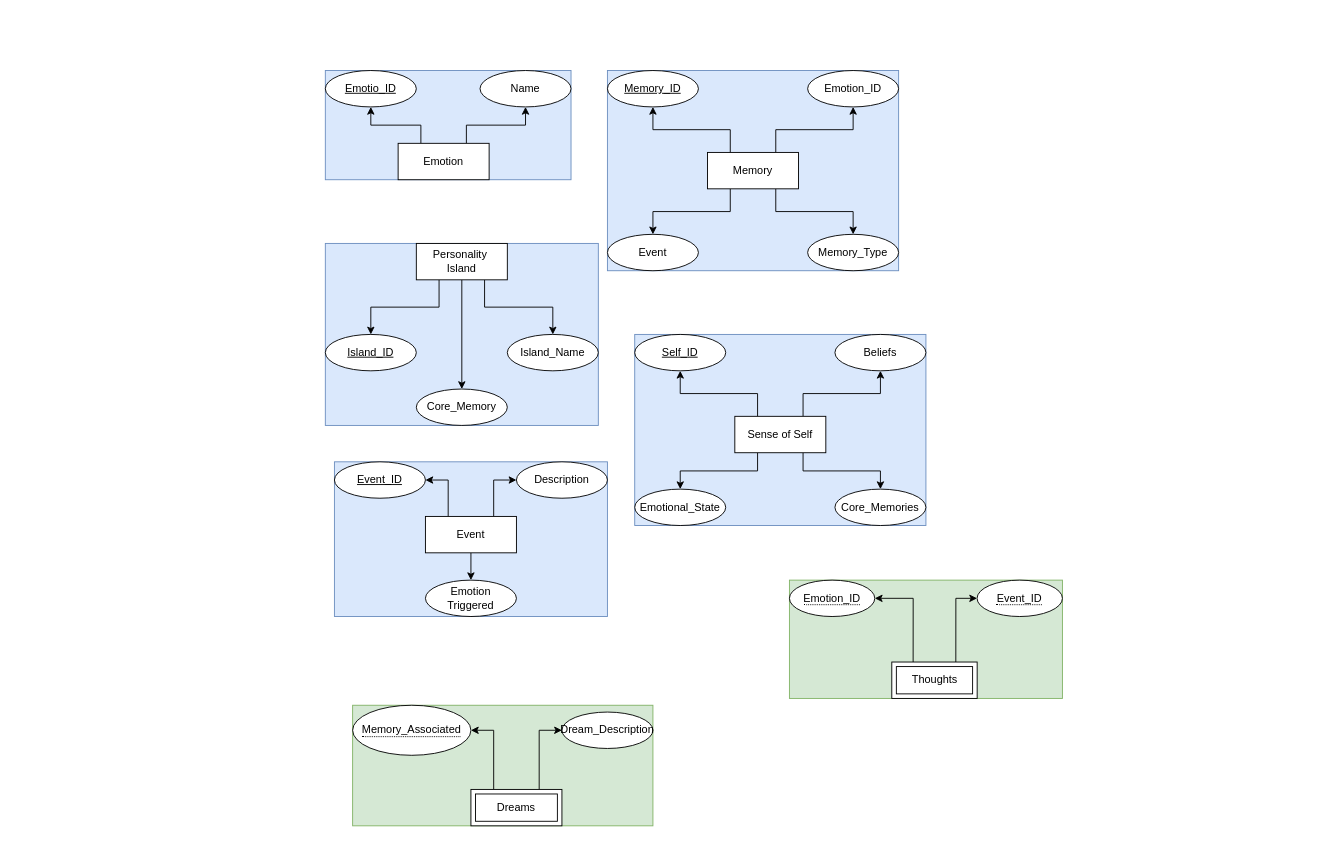
AnshAcharya/REPO_WITH_CLI keeps this draw.io diagram as Untitled Diagram.drawio. Above is the earlier version. Source tidied: cells renumbered, new cells numbered last; positions are measured from the earlier drawing's top-left corner, leaving out a move shared by most shapes. Both pictures are drawn from the tidied source at 91%, with x=0, y=0 at pixel (325, 70).
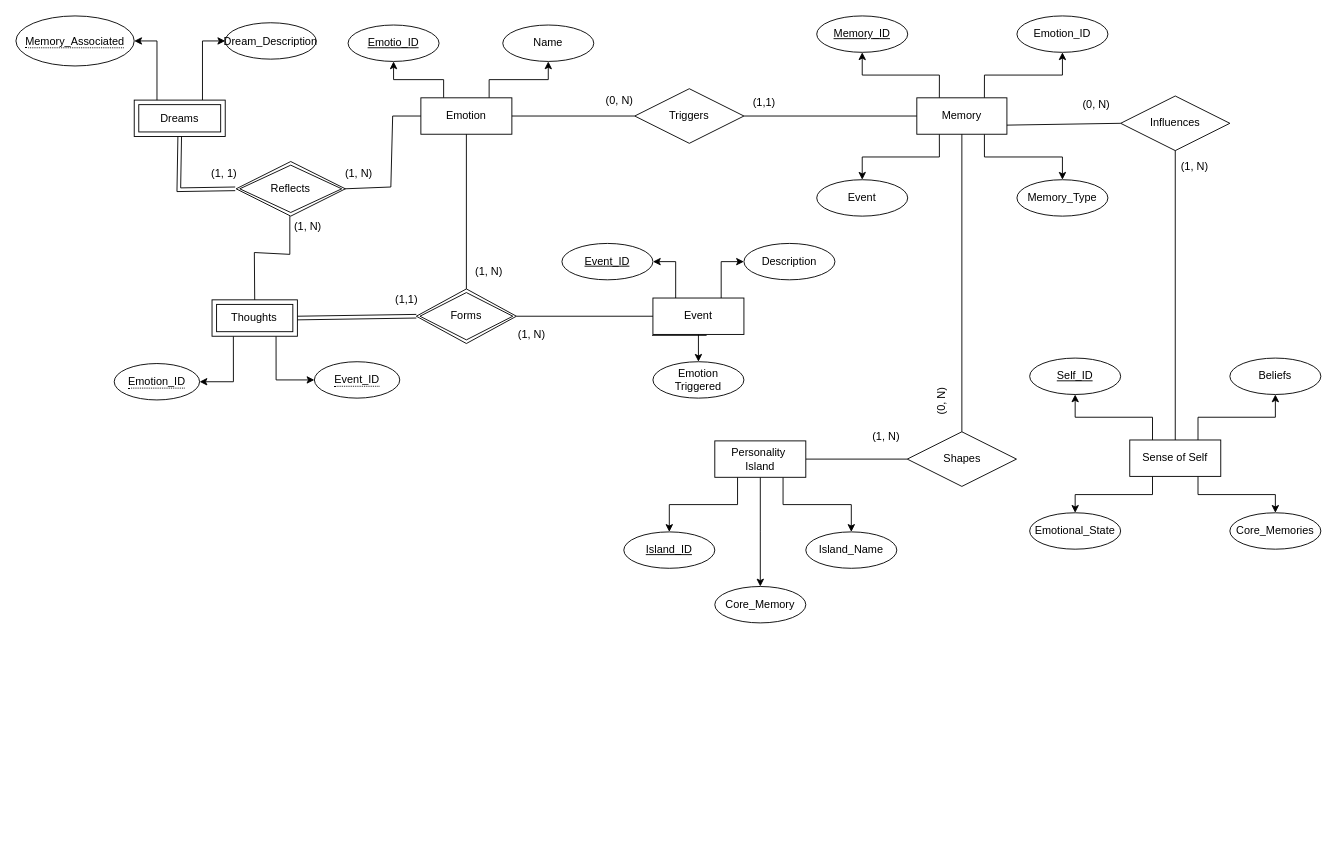
After the change.

Unchanged cells that the change refers to:
```xml
<mxCell id="7" value="Sense of Self" style="whiteSpace=wrap;html=1;align=center;" parent="2" vertex="1">
  <mxGeometry x="110" y="90" width="100" height="40" as="geometry" />
</mxCell>
<mxCell id="16" value="Event" style="whiteSpace=wrap;html=1;align=center;" parent="12" vertex="1">
  <mxGeometry x="100" y="60" width="100" height="40" as="geometry" />
</mxCell>
<mxCell id="41" value="Emotion" style="whiteSpace=wrap;html=1;align=center;" parent="38" vertex="1">
  <mxGeometry x="80" y="80" width="100" height="40" as="geometry" />
</mxCell>
<mxCell id="47" value="Dreams" style="shape=ext;margin=3;double=1;whiteSpace=wrap;html=1;align=center;" parent="44" vertex="1">
  <mxGeometry x="130" y="92.5" width="100" height="40" as="geometry" />
</mxCell>
<mxCell id="49" value="&lt;span style=&quot;border-bottom: 1px dotted&quot;&gt;Memory_Associated&lt;/span&gt;" style="ellipse;whiteSpace=wrap;html=1;align=center;" parent="44" vertex="1">
  <mxGeometry width="130" height="55" as="geometry" />
</mxCell>
```

The edit, as a diff of the source:
```diff
@@
-    <mxCell id="2" style="group;fillColor=#dae8fc;strokeColor=#6c8ebf;" parent="1" vertex="1">
-      <mxGeometry x="340" y="290" width="320" height="210" as="geometry" />
+    <mxCell id="2" style="group;" parent="1" vertex="1">
+      <mxGeometry x="774" y="316" width="320" height="210" as="geometry" />
     </mxCell>
@@
-    <mxCell id="12" style="group;fillColor=#dae8fc;strokeColor=#6c8ebf;" parent="1" vertex="1">
-      <mxGeometry x="10" y="430" width="300" height="170" as="geometry" />
+    <mxCell id="12" style="group;" parent="1" vertex="1">
+      <mxGeometry x="260" y="190" width="300" height="170" as="geometry" />
     </mxCell>
@@
-    <mxCell id="20" style="group;fillColor=#dae8fc;strokeColor=#6c8ebf;" parent="1" vertex="1">
-      <mxGeometry y="190" width="300" height="200" as="geometry" />
-    </mxCell>
-    <mxCell id="21" style="edgeStyle=orthogonalEdgeStyle;rounded=0;jettySize=auto;html=1;exitX=0.75;exitY=1;exitDx=0;exitDy=0;entryX=0.5;entryY=0;entryDx=0;entryDy=0;" parent="20" edge="1" source="24" target="25">
-      <mxGeometry relative="1" as="geometry" />
-    </mxCell>
-    <mxCell id="22" style="edgeStyle=orthogonalEdgeStyle;rounded=0;jettySize=auto;html=1;exitX=0.25;exitY=1;exitDx=0;exitDy=0;entryX=0.5;entryY=0;entryDx=0;entryDy=0;" parent="20" edge="1" source="24" target="26">
-      <mxGeometry relative="1" as="geometry" />
-    </mxCell>
-    <mxCell id="23" style="edgeStyle=orthogonalEdgeStyle;rounded=0;jettySize=auto;html=1;exitX=0.5;exitY=1;exitDx=0;exitDy=0;entryX=0.5;entryY=0;entryDx=0;entryDy=0;" parent="20" edge="1" source="24" target="27">
-      <mxGeometry relative="1" as="geometry" />
-    </mxCell>
-    <mxCell id="24" value="Personality&amp;nbsp;&lt;div&gt;Island&lt;/div&gt;" style="whiteSpace=wrap;html=1;align=center;" parent="20" vertex="1">
-      <mxGeometry x="100" width="100" height="40" as="geometry" />
-    </mxCell>
-    <mxCell id="25" value="Island_Name" style="ellipse;whiteSpace=wrap;html=1;align=center;" parent="20" vertex="1">
-      <mxGeometry x="200" y="100" width="100" height="40" as="geometry" />
-    </mxCell>
-    <mxCell id="26" value="Island_ID" style="ellipse;whiteSpace=wrap;html=1;align=center;fontStyle=4;" parent="20" vertex="1">
-      <mxGeometry y="100" width="100" height="40" as="geometry" />
-    </mxCell>
-    <mxCell id="27" value="Core_Memory" style="ellipse;whiteSpace=wrap;html=1;align=center;" parent="20" vertex="1">
-      <mxGeometry x="100" y="160" width="100" height="40" as="geometry" />
-    </mxCell>
-    <mxCell id="28" style="group;fillColor=#dae8fc;strokeColor=#6c8ebf;" parent="1" vertex="1">
-      <mxGeometry x="310" width="320" height="220" as="geometry" />
+    <mxCell id="28" style="group;" parent="1" vertex="1">
+      <mxGeometry x="540" y="-60" width="329" height="220" as="geometry" />
     </mxCell>
@@
     <mxCell id="33" value="Memory" style="whiteSpace=wrap;html=1;align=center;points=[[0,0,0,0,0],[0,0.25,0,0,0],[0,0.5,0,0,0],[0,0.75,0,0,0],[0,1,0,0,0],[0.25,0,0,0,0],[0.25,1,0,0,0],[0.5,0,0,0,0],[0.5,1,0,0,0],[0.75,0,0,0,0],[0.75,1,0,0,0],[1,0,0,0,0],[1,0.25,0,0,0],[1,0.5,0,0,0],[1,0.75,0,0,0],[1,1,0,0,0]];" parent="28" vertex="1">
-      <mxGeometry x="110" y="90" width="100" height="40" as="geometry" />
+      <mxGeometry x="110" y="90" width="99" height="40" as="geometry" />
     </mxCell>
@@
+    <mxCell id="56" value="(0, N)" style="text;html=1;align=center;verticalAlign=middle;strokeColor=none;fillColor=none;" parent="28" vertex="1">
+      <mxGeometry x="283" y="85" width="48" height="26" as="geometry" />
+    </mxCell>
-    <mxCell id="38" style="group;fillColor=#dae8fc;strokeColor=#6c8ebf;" parent="1" vertex="1">
-      <mxGeometry width="270" height="120" as="geometry" />
+    <mxCell id="38" style="group;" parent="1" vertex="1">
+      <mxGeometry x="25" y="-50" width="270" height="120" as="geometry" />
     </mxCell>
@@
-    <mxCell id="44" style="group;fillColor=#d5e8d4;strokeColor=#82b366;" parent="1" vertex="1">
-      <mxGeometry x="30" y="697.5" width="330" height="132.5" as="geometry" />
+    <mxCell id="44" style="group;" parent="1" vertex="1">
+      <mxGeometry x="-340" y="-60" width="330" height="132.5" as="geometry" />
     </mxCell>
@@
-    <mxCell id="46" style="edgeStyle=orthogonalEdgeStyle;rounded=0;jettySize=auto;html=1;exitX=0.25;exitY=0;exitDx=0;exitDy=0;entryX=1;entryY=0.5;entryDx=0;entryDy=0;" parent="44" edge="1" source="47" target="49">
-      <mxGeometry relative="1" as="geometry" />
-    </mxCell>
@@
-    <mxCell id="50" style="group;fillColor=#d5e8d4;strokeColor=#82b366;" parent="1" vertex="1">
-      <mxGeometry x="510" y="560" width="300" height="130" as="geometry" />
-    </mxCell>
+    <mxCell id="46" style="edgeStyle=orthogonalEdgeStyle;rounded=0;jettySize=auto;html=1;entryX=1;entryY=0.5;entryDx=0;entryDy=0;exitX=0.25;exitY=0;exitDx=0;exitDy=0;" parent="44" edge="1" source="47" target="49">
+      <mxGeometry relative="1" as="geometry" />
+    </mxCell>
+    <mxCell id="57" value="Triggers" style="shape=rhombus;perimeter=rhombusPerimeter;whiteSpace=wrap;html=1;align=center;" parent="1" vertex="1">
+      <mxGeometry x="340" y="20" width="120" height="60" as="geometry" />
+    </mxCell>
+    <mxCell id="58" style="endArrow=none;html=1;rounded=0;exitX=1;exitY=0.5;exitDx=0;exitDy=0;entryX=0;entryY=0.5;entryDx=0;entryDy=0;" parent="1" edge="1" source="41" target="57">
+      <mxGeometry relative="1" as="geometry" />
+    </mxCell>
+    <mxCell id="59" style="endArrow=none;html=1;rounded=0;exitX=1;exitY=0.5;exitDx=0;exitDy=0;" parent="1" edge="1" source="57" target="33">
+      <mxGeometry relative="1" as="geometry" />
+    </mxCell>
+    <mxCell id="60" value="Shapes" style="shape=rhombus;perimeter=rhombusPerimeter;whiteSpace=wrap;html=1;align=center;" parent="1" vertex="1">
+      <mxGeometry x="639.5" y="397" width="120" height="60" as="geometry" />
+    </mxCell>
+    <mxCell id="61" style="endArrow=none;html=1;rounded=0;exitX=1;exitY=0.5;exitDx=0;exitDy=0;entryX=0;entryY=0.5;entryDx=0;entryDy=0;" parent="1" edge="1" source="24" target="60">
+      <mxGeometry relative="1" as="geometry" />
+    </mxCell>
+    <mxCell id="62" value="Influences" style="shape=rhombus;perimeter=rhombusPerimeter;whiteSpace=wrap;html=1;align=center;" parent="1" vertex="1">
+      <mxGeometry x="874" y="28" width="120" height="60" as="geometry" />
+    </mxCell>
+    <mxCell id="63" style="endArrow=none;html=1;rounded=0;exitX=1;exitY=0.75;exitDx=0;exitDy=0;exitPerimeter=0;entryX=0;entryY=0.5;entryDx=0;entryDy=0;" parent="1" edge="1" source="33" target="62">
+      <mxGeometry relative="1" as="geometry" />
+    </mxCell>
+    <mxCell id="64" style="endArrow=none;html=1;rounded=0;exitX=0.5;exitY=0;exitDx=0;exitDy=0;entryX=0.5;entryY=1;entryDx=0;entryDy=0;" parent="1" edge="1" source="7" target="62">
+      <mxGeometry relative="1" as="geometry" />
+    </mxCell>
+    <mxCell id="65" style="endArrow=none;html=1;rounded=0;entryX=1;entryY=0.5;entryDx=0;entryDy=0;exitX=0;exitY=0.5;exitDx=0;exitDy=0;" parent="1" edge="1" source="16" target="76">
+      <mxGeometry relative="1" as="geometry" />
+    </mxCell>
+    <mxCell id="66" style="endArrow=none;html=1;rounded=0;exitX=0.5;exitY=1;exitDx=0;exitDy=0;entryX=0.5;entryY=0;entryDx=0;entryDy=0;" parent="1" edge="1" source="41" target="76">
+      <mxGeometry relative="1" as="geometry" />
+    </mxCell>
+    <mxCell id="67" style="group;" parent="1" vertex="1">
+      <mxGeometry x="-273" y="252" width="384" height="110" as="geometry" />
+    </mxCell>
+    <mxCell id="54" value="&lt;span style=&quot;border-bottom: 1px dotted&quot;&gt;Emotion_ID&lt;/span&gt;" style="ellipse;whiteSpace=wrap;html=1;align=center;" parent="67" vertex="1">
+      <mxGeometry x="41" y="70" width="93.8" height="40" as="geometry" />
+    </mxCell>
-    <mxCell id="51" style="edgeStyle=orthogonalEdgeStyle;rounded=0;jettySize=auto;html=1;exitX=0.25;exitY=0;exitDx=0;exitDy=0;entryX=1;entryY=0.5;entryDx=0;entryDy=0;" parent="50" edge="1" source="53" target="54">
+    <mxCell id="51" style="edgeStyle=orthogonalEdgeStyle;rounded=0;jettySize=auto;html=1;exitX=0.25;exitY=1;exitDx=0;exitDy=0;entryX=1;entryY=0.5;entryDx=0;entryDy=0;" parent="67" edge="1" source="53" target="54">
       <mxGeometry relative="1" as="geometry" />
     </mxCell>
+    <mxCell id="55" value="&lt;span style=&quot;border-bottom: 1px dotted&quot;&gt;Event_ID&lt;/span&gt;" style="ellipse;whiteSpace=wrap;html=1;align=center;" parent="67" vertex="1">
+      <mxGeometry x="261" y="68" width="93.8" height="40" as="geometry" />
+    </mxCell>
-    <mxCell id="52" style="edgeStyle=orthogonalEdgeStyle;rounded=0;jettySize=auto;html=1;exitX=0.75;exitY=0;exitDx=0;exitDy=0;entryX=0;entryY=0.5;entryDx=0;entryDy=0;" parent="50" edge="1" source="53" target="55">
+    <mxCell id="52" style="edgeStyle=orthogonalEdgeStyle;rounded=0;jettySize=auto;html=1;exitX=0.75;exitY=1;exitDx=0;exitDy=0;entryX=0;entryY=0.5;entryDx=0;entryDy=0;" parent="67" edge="1" source="53" target="55">
       <mxGeometry relative="1" as="geometry" />
     </mxCell>
-    <mxCell id="53" value="Thoughts" style="shape=ext;margin=3;double=1;whiteSpace=wrap;html=1;align=center;" parent="50" vertex="1">
-      <mxGeometry x="112.5" y="90" width="93.8" height="40" as="geometry" />
+    <mxCell id="53" value="Thoughts" style="shape=ext;margin=3;double=1;whiteSpace=wrap;html=1;align=center;" parent="67" vertex="1">
+      <mxGeometry x="148.5" width="93.8" height="40" as="geometry" />
     </mxCell>
-    <mxCell id="54" value="&lt;span style=&quot;border-bottom: 1px dotted&quot;&gt;Emotion_ID&lt;/span&gt;" style="ellipse;whiteSpace=wrap;html=1;align=center;" parent="50" vertex="1">
-      <mxGeometry width="93.8" height="40" as="geometry" />
-    </mxCell>
-    <mxCell id="55" value="&lt;span style=&quot;border-bottom: 1px dotted&quot;&gt;Event_ID&lt;/span&gt;" style="ellipse;whiteSpace=wrap;html=1;align=center;" parent="50" vertex="1">
-      <mxGeometry x="206.2" width="93.8" height="40" as="geometry" />
-    </mxCell>
+    <mxCell id="68" value="(1,1)" style="text;html=1;align=center;verticalAlign=middle;strokeColor=none;fillColor=none;" parent="67" vertex="1">
+      <mxGeometry x="340" y="-13" width="43" height="26" as="geometry" />
+    </mxCell>
+    <mxCell id="69" style="shape=link;html=1;rounded=0;entryX=0;entryY=0.5;entryDx=0;entryDy=0;exitX=0.5;exitY=1;exitDx=0;exitDy=0;" parent="1" edge="1" source="47">
+      <mxGeometry relative="1" as="geometry">
+        <mxPoint x="-99" y="130" as="targetPoint" />
+        <Array as="points">
+          <mxPoint x="-161" y="131" />
+        </Array>
+      </mxGeometry>
+    </mxCell>
+    <mxCell id="70" style="endArrow=none;html=1;rounded=0;exitX=0;exitY=0.5;exitDx=0;exitDy=0;entryX=1;entryY=0.5;entryDx=0;entryDy=0;" parent="1" edge="1" source="41">
+      <mxGeometry relative="1" as="geometry">
+        <mxPoint x="21" y="130" as="targetPoint" />
+        <Array as="points">
+          <mxPoint x="74" y="50" />
+          <mxPoint x="72" y="128" />
+        </Array>
+      </mxGeometry>
+    </mxCell>
+    <mxCell id="71" style="endArrow=none;html=1;rounded=0;exitX=0.5;exitY=0;exitDx=0;exitDy=0;entryX=0.5;entryY=1;entryDx=0;entryDy=0;" parent="1" edge="1" source="53">
+      <mxGeometry relative="1" as="geometry">
+        <mxPoint x="-39" y="160" as="targetPoint" />
+        <Array as="points">
+          <mxPoint x="-78" y="200" />
+          <mxPoint x="-39" y="202" />
+        </Array>
+      </mxGeometry>
+    </mxCell>
+    <mxCell id="72" value="Reflects" style="shape=rhombus;double=1;perimeter=rhombusPerimeter;whiteSpace=wrap;html=1;align=center;" parent="1" vertex="1">
+      <mxGeometry x="-98" y="100" width="120" height="60" as="geometry" />
+    </mxCell>
+    <mxCell id="73" style="shape=link;html=1;rounded=0;exitX=1;exitY=0.5;exitDx=0;exitDy=0;entryX=0;entryY=0.5;entryDx=0;entryDy=0;" parent="1" edge="1" source="53" target="76">
+      <mxGeometry relative="1" as="geometry" />
+    </mxCell>
+    <mxCell id="74" value="(1,1)" style="text;html=1;align=center;verticalAlign=middle;strokeColor=none;fillColor=none;" parent="1" vertex="1">
+      <mxGeometry x="460" y="23" width="43" height="26" as="geometry" />
+    </mxCell>
+    <mxCell id="75" value="(0, N)" style="text;html=1;align=center;verticalAlign=middle;strokeColor=none;fillColor=none;" parent="1" vertex="1">
+      <mxGeometry x="299" y="20" width="48" height="26" as="geometry" />
+    </mxCell>
+    <mxCell id="76" value="Forms" style="shape=rhombus;double=1;perimeter=rhombusPerimeter;whiteSpace=wrap;html=1;align=center;" parent="1" vertex="1">
+      <mxGeometry x="100" y="240" width="110" height="60" as="geometry" />
+    </mxCell>
+    <mxCell id="77" style="group;" parent="1" vertex="1">
+      <mxGeometry x="328" y="407" width="300" height="200" as="geometry" />
+    </mxCell>
+    <mxCell id="27" value="Core_Memory" style="ellipse;whiteSpace=wrap;html=1;align=center;" parent="77" vertex="1">
+      <mxGeometry x="100" y="160" width="100" height="40" as="geometry" />
+    </mxCell>
+    <mxCell id="21" style="edgeStyle=orthogonalEdgeStyle;rounded=0;jettySize=auto;html=1;exitX=0.75;exitY=1;exitDx=0;exitDy=0;entryX=0.5;entryY=0;entryDx=0;entryDy=0;" parent="77" edge="1" source="24" target="25">
+      <mxGeometry relative="1" as="geometry" />
+    </mxCell>
+    <mxCell id="22" style="edgeStyle=orthogonalEdgeStyle;rounded=0;jettySize=auto;html=1;exitX=0.25;exitY=1;exitDx=0;exitDy=0;entryX=0.5;entryY=0;entryDx=0;entryDy=0;" parent="77" edge="1" source="24" target="26">
+      <mxGeometry relative="1" as="geometry" />
+    </mxCell>
+    <mxCell id="23" style="edgeStyle=orthogonalEdgeStyle;rounded=0;jettySize=auto;html=1;exitX=0.5;exitY=1;exitDx=0;exitDy=0;entryX=0.5;entryY=0;entryDx=0;entryDy=0;" parent="77" edge="1" source="24">
+      <mxGeometry relative="1" as="geometry">
+        <mxPoint x="150" y="160" as="targetPoint" />
+      </mxGeometry>
+    </mxCell>
+    <mxCell id="24" value="Personality&amp;nbsp;&lt;div&gt;Island&lt;/div&gt;" style="whiteSpace=wrap;html=1;align=center;" parent="77" vertex="1">
+      <mxGeometry x="100" width="100" height="40" as="geometry" />
+    </mxCell>
+    <mxCell id="25" value="Island_Name" style="ellipse;whiteSpace=wrap;html=1;align=center;" parent="77" vertex="1">
+      <mxGeometry x="200" y="100" width="100" height="40" as="geometry" />
+    </mxCell>
+    <mxCell id="26" value="Island_ID" style="ellipse;whiteSpace=wrap;html=1;align=center;fontStyle=4;" parent="77" vertex="1">
+      <mxGeometry y="100" width="100" height="40" as="geometry" />
+    </mxCell>
+    <mxCell id="78" style="endArrow=none;html=1;rounded=0;entryX=0.5;entryY=1;entryDx=0;entryDy=0;entryPerimeter=0;exitX=0.5;exitY=0;exitDx=0;exitDy=0;" parent="1" edge="1" source="60" target="33">
+      <mxGeometry relative="1" as="geometry" />
+    </mxCell>
+    <mxCell id="79" value=" (0, N) " style="text;html=1;align=center;verticalAlign=middle;strokeColor=none;fillColor=none;rotation=-90;" parent="1" vertex="1">
+      <mxGeometry x="653" y="351" width="48" height="26" as="geometry" />
+    </mxCell>
+    <mxCell id="80" value=" (1, N) " style="text;html=1;align=center;verticalAlign=middle;strokeColor=none;fillColor=none;" parent="1" vertex="1">
+      <mxGeometry x="591.5" y="390" width="48" height="26" as="geometry" />
+    </mxCell>
+    <mxCell id="81" value="(1, N)" style="text;html=1;align=center;verticalAlign=middle;strokeColor=none;fillColor=none;" parent="1" vertex="1">
+      <mxGeometry x="931" y="93" width="48" height="26" as="geometry" />
+    </mxCell>
+    <mxCell id="82" value="(1, N)" style="text;whiteSpace=wrap;html=1;" parent="1" vertex="1">
+      <mxGeometry x="163" y="207" width="58" height="36" as="geometry" />
+    </mxCell>
+    <mxCell id="83" value="(1, N)" style="text;whiteSpace=wrap;html=1;" parent="1" vertex="1">
+      <mxGeometry x="210" y="276" width="58" height="36" as="geometry" />
+    </mxCell>
+    <mxCell id="84" value="(1, 1)" style="text;whiteSpace=wrap;html=1;" parent="1" vertex="1">
+      <mxGeometry x="-127" y="100" width="56" height="36" as="geometry" />
+    </mxCell>
+    <mxCell id="85" value="(1, N)" style="text;whiteSpace=wrap;html=1;" parent="1" vertex="1">
+      <mxGeometry x="-36" y="158" width="58" height="36" as="geometry" />
+    </mxCell>
+    <mxCell id="86" value="(1, N)" style="text;whiteSpace=wrap;html=1;" parent="1" vertex="1">
+      <mxGeometry x="20" y="100" width="58" height="36" as="geometry" />
+    </mxCell>
+    <mxCell id="87" style="line;strokeWidth=1;dashed=0;labelPosition=right;align=left;verticalAlign=middle;spacingTop=0;spacingLeft=6;" parent="1" vertex="1">
+      <mxGeometry x="359" y="286" width="60" height="10" as="geometry" />
+    </mxCell>
```
